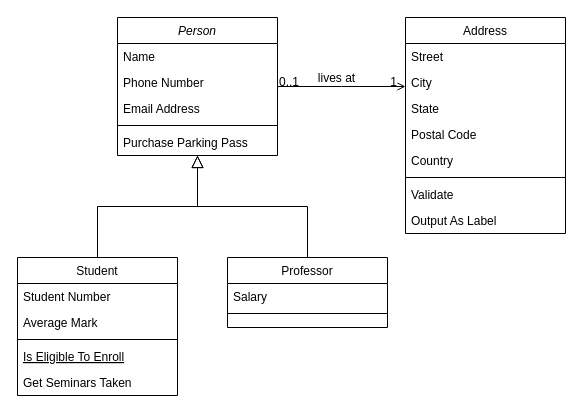
Above: Untitled Diagram.drawio in manuelRestrep0/reto_4 (draw.io), before the change. Source tidied: cells renumbered, new cells numbered last; positions are measured from the earlier drawing's top-left corner, leaving out a move shared by most shapes. Both pictures are drawn from the tidied source at 100%, with x=0, y=0 at pixel (17, 17).
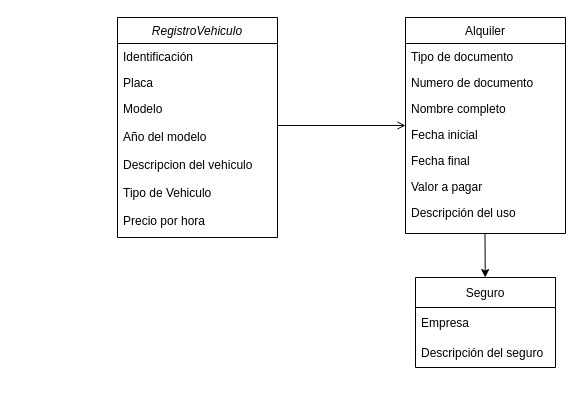
Above is the later version.

Unchanged cells that the change refers to:
```xml
<mxCell id="28" style="endArrow=open;shadow=0;strokeWidth=1;rounded=0;endFill=1;edgeStyle=elbowEdgeStyle;elbow=vertical;" parent="1" edge="1" source="2" target="19">
  <mxGeometry x="0.5" y="41" relative="1" as="geometry">
    <mxPoint x="-40" y="32" as="offset" />
  </mxGeometry>
</mxCell>
```

The edit, as a diff of the source:
```diff
@@
-    <mxCell id="2" value="Person" style="swimlane;fontStyle=2;align=center;verticalAlign=top;horizontal=1;startSize=26;rounded=0;shadow=0;strokeWidth=1;" parent="1" vertex="1">
-      <mxGeometry x="100" width="160" height="138" as="geometry" />
+    <mxCell id="2" value="RegistroVehiculo" style="swimlane;fontStyle=2;align=center;verticalAlign=top;horizontal=1;startSize=26;rounded=0;shadow=0;strokeWidth=1;" parent="1" vertex="1">
+      <mxGeometry x="100" width="160" height="220" as="geometry" />
     </mxCell>
-    <mxCell id="3" value="Name" style="text;align=left;verticalAlign=top;spacingLeft=4;spacingRight=4;overflow=hidden;" parent="2" vertex="1">
+    <mxCell id="3" value="Identificación" style="text;align=left;verticalAlign=top;spacingLeft=4;spacingRight=4;overflow=hidden;" parent="2" vertex="1">
       <mxGeometry y="26" width="160" height="26" as="geometry" />
     </mxCell>
-    <mxCell id="4" value="Phone Number" style="text;align=left;verticalAlign=top;spacingLeft=4;spacingRight=4;overflow=hidden;rounded=0;shadow=0;html=0;" parent="2" vertex="1">
+    <mxCell id="4" value="Placa" style="text;align=left;verticalAlign=top;spacingLeft=4;spacingRight=4;overflow=hidden;rounded=0;shadow=0;html=0;" parent="2" vertex="1">
       <mxGeometry y="52" width="160" height="26" as="geometry" />
     </mxCell>
-    <mxCell id="5" value="Email Address" style="text;align=left;verticalAlign=top;spacingLeft=4;spacingRight=4;overflow=hidden;rounded=0;shadow=0;html=0;" parent="2" vertex="1">
-      <mxGeometry y="78" width="160" height="26" as="geometry" />
+    <mxCell id="5" value="Modelo&#10;&#10;Año del modelo&#10;&#10;Descripcion del vehiculo&#10;&#10;Tipo de Vehiculo&#10;&#10;Precio por hora" style="text;align=left;verticalAlign=top;spacingLeft=4;spacingRight=4;overflow=hidden;rounded=0;shadow=0;html=0;" parent="2" vertex="1">
+      <mxGeometry y="78" width="160" height="142" as="geometry" />
     </mxCell>
-    <mxCell id="6" style="line;html=1;strokeWidth=1;align=left;verticalAlign=middle;spacingTop=-1;spacingLeft=3;spacingRight=3;labelPosition=right;" parent="2" vertex="1">
-      <mxGeometry y="104" width="160" height="8" as="geometry" />
-    </mxCell>
-    <mxCell id="7" value="Purchase Parking Pass" style="text;align=left;verticalAlign=top;spacingLeft=4;spacingRight=4;overflow=hidden;" parent="2" vertex="1">
-      <mxGeometry y="112" width="160" height="26" as="geometry" />
-    </mxCell>
-    <mxCell id="8" value="Student" style="swimlane;fontStyle=0;align=center;verticalAlign=top;horizontal=1;startSize=26;rounded=0;shadow=0;strokeWidth=1;" parent="1" vertex="1">
-      <mxGeometry y="240" width="160" height="138" as="geometry" />
-    </mxCell>
-    <mxCell id="9" value="Student Number" style="text;align=left;verticalAlign=top;spacingLeft=4;spacingRight=4;overflow=hidden;" parent="8" vertex="1">
-      <mxGeometry y="26" width="160" height="26" as="geometry" />
-    </mxCell>
-    <mxCell id="10" value="Average Mark" style="text;align=left;verticalAlign=top;spacingLeft=4;spacingRight=4;overflow=hidden;rounded=0;shadow=0;html=0;" parent="8" vertex="1">
-      <mxGeometry y="52" width="160" height="26" as="geometry" />
-    </mxCell>
-    <mxCell id="11" style="line;html=1;strokeWidth=1;align=left;verticalAlign=middle;spacingTop=-1;spacingLeft=3;spacingRight=3;labelPosition=right;" parent="8" vertex="1">
-      <mxGeometry y="78" width="160" height="8" as="geometry" />
-    </mxCell>
-    <mxCell id="12" value="Is Eligible To Enroll" style="text;align=left;verticalAlign=top;spacingLeft=4;spacingRight=4;overflow=hidden;fontStyle=4;" parent="8" vertex="1">
-      <mxGeometry y="86" width="160" height="26" as="geometry" />
-    </mxCell>
-    <mxCell id="13" value="Get Seminars Taken" style="text;align=left;verticalAlign=top;spacingLeft=4;spacingRight=4;overflow=hidden;" parent="8" vertex="1">
-      <mxGeometry y="112" width="160" height="26" as="geometry" />
-    </mxCell>
-    <mxCell id="14" style="endArrow=block;endSize=10;endFill=0;shadow=0;strokeWidth=1;rounded=0;edgeStyle=elbowEdgeStyle;elbow=vertical;" parent="1" edge="1" source="8" target="2">
-      <mxGeometry relative="1" as="geometry" />
-    </mxCell>
-    <mxCell id="15" value="Professor" style="swimlane;fontStyle=0;align=center;verticalAlign=top;horizontal=1;startSize=26;rounded=0;shadow=0;strokeWidth=1;" parent="1" vertex="1">
-      <mxGeometry x="210" y="240" width="160" height="70" as="geometry" />
-    </mxCell>
-    <mxCell id="16" value="Salary" style="text;align=left;verticalAlign=top;spacingLeft=4;spacingRight=4;overflow=hidden;" parent="15" vertex="1">
-      <mxGeometry y="26" width="160" height="26" as="geometry" />
-    </mxCell>
-    <mxCell id="17" style="line;html=1;strokeWidth=1;align=left;verticalAlign=middle;spacingTop=-1;spacingLeft=3;spacingRight=3;labelPosition=right;" parent="15" vertex="1">
-      <mxGeometry y="52" width="160" height="8" as="geometry" />
-    </mxCell>
-    <mxCell id="18" style="endArrow=block;endSize=10;endFill=0;shadow=0;strokeWidth=1;rounded=0;edgeStyle=elbowEdgeStyle;elbow=vertical;" parent="1" edge="1" source="15" target="2">
-      <mxGeometry relative="1" as="geometry" />
-    </mxCell>
-    <mxCell id="19" value="Address" style="swimlane;fontStyle=0;align=center;verticalAlign=top;horizontal=1;startSize=26;rounded=0;shadow=0;strokeWidth=1;" parent="1" vertex="1">
+    <mxCell id="19" value="Alquiler" style="swimlane;fontStyle=0;align=center;verticalAlign=top;horizontal=1;startSize=26;rounded=0;shadow=0;strokeWidth=1;" parent="1" vertex="1">
       <mxGeometry x="388" width="160" height="216" as="geometry" />
     </mxCell>
-    <mxCell id="20" value="Street" style="text;align=left;verticalAlign=top;spacingLeft=4;spacingRight=4;overflow=hidden;" parent="19" vertex="1">
+    <mxCell id="20" value="Tipo de documento" style="text;align=left;verticalAlign=top;spacingLeft=4;spacingRight=4;overflow=hidden;" parent="19" vertex="1">
       <mxGeometry y="26" width="160" height="26" as="geometry" />
     </mxCell>
-    <mxCell id="21" value="City" style="text;align=left;verticalAlign=top;spacingLeft=4;spacingRight=4;overflow=hidden;rounded=0;shadow=0;html=0;" parent="19" vertex="1">
+    <mxCell id="21" value="Numero de documento" style="text;align=left;verticalAlign=top;spacingLeft=4;spacingRight=4;overflow=hidden;rounded=0;shadow=0;html=0;" parent="19" vertex="1">
       <mxGeometry y="52" width="160" height="26" as="geometry" />
     </mxCell>
-    <mxCell id="22" value="State" style="text;align=left;verticalAlign=top;spacingLeft=4;spacingRight=4;overflow=hidden;rounded=0;shadow=0;html=0;" parent="19" vertex="1">
+    <mxCell id="22" value="Nombre completo" style="text;align=left;verticalAlign=top;spacingLeft=4;spacingRight=4;overflow=hidden;rounded=0;shadow=0;html=0;" parent="19" vertex="1">
       <mxGeometry y="78" width="160" height="26" as="geometry" />
     </mxCell>
-    <mxCell id="23" value="Postal Code" style="text;align=left;verticalAlign=top;spacingLeft=4;spacingRight=4;overflow=hidden;rounded=0;shadow=0;html=0;" parent="19" vertex="1">
+    <mxCell id="23" value="Fecha inicial" style="text;align=left;verticalAlign=top;spacingLeft=4;spacingRight=4;overflow=hidden;rounded=0;shadow=0;html=0;" parent="19" vertex="1">
       <mxGeometry y="104" width="160" height="26" as="geometry" />
     </mxCell>
-    <mxCell id="24" value="Country" style="text;align=left;verticalAlign=top;spacingLeft=4;spacingRight=4;overflow=hidden;rounded=0;shadow=0;html=0;" parent="19" vertex="1">
+    <mxCell id="24" value="Fecha final" style="text;align=left;verticalAlign=top;spacingLeft=4;spacingRight=4;overflow=hidden;rounded=0;shadow=0;html=0;" parent="19" vertex="1">
       <mxGeometry y="130" width="160" height="26" as="geometry" />
     </mxCell>
-    <mxCell id="25" style="line;html=1;strokeWidth=1;align=left;verticalAlign=middle;spacingTop=-1;spacingLeft=3;spacingRight=3;labelPosition=right;" parent="19" vertex="1">
-      <mxGeometry y="156" width="160" height="8" as="geometry" />
-    </mxCell>
-    <mxCell id="26" value="Validate" style="text;align=left;verticalAlign=top;spacingLeft=4;spacingRight=4;overflow=hidden;" parent="19" vertex="1">
-      <mxGeometry y="164" width="160" height="26" as="geometry" />
+    <mxCell id="26" value="Valor a pagar" style="text;align=left;verticalAlign=top;spacingLeft=4;spacingRight=4;overflow=hidden;" parent="19" vertex="1">
+      <mxGeometry y="156" width="160" height="26" as="geometry" />
     </mxCell>
-    <mxCell id="27" value="Output As Label" style="text;align=left;verticalAlign=top;spacingLeft=4;spacingRight=4;overflow=hidden;" parent="19" vertex="1">
-      <mxGeometry y="190" width="160" height="26" as="geometry" />
+    <mxCell id="27" value="Descripción del uso" style="text;align=left;verticalAlign=top;spacingLeft=4;spacingRight=4;overflow=hidden;" parent="19" vertex="1">
+      <mxGeometry y="182" width="160" height="26" as="geometry" />
     </mxCell>
@@
-    <mxCell id="29" value="0..1" style="align=left;verticalAlign=bottom;labelBackgroundColor=none;fontSize=12;" parent="28" vertex="1">
-      <mxGeometry x="-1" relative="1" as="geometry">
-        <mxPoint y="4" as="offset" />
-      </mxGeometry>
-    </mxCell>
-    <mxCell id="30" value="1" style="align=right;verticalAlign=bottom;labelBackgroundColor=none;fontSize=12;" parent="28" vertex="1">
-      <mxGeometry x="1" relative="1" as="geometry">
-        <mxPoint x="-7" y="4" as="offset" />
-      </mxGeometry>
-    </mxCell>
-    <mxCell id="31" value="lives at" style="text;html=1;align=center;verticalAlign=middle;labelBackgroundColor=none;rounded=0;shadow=0;strokeWidth=1;fontSize=12;" parent="28" vertex="1">
-      <mxGeometry x="0.5" y="49" relative="1" as="geometry">
-        <mxPoint x="-38" y="40" as="offset" />
-      </mxGeometry>
-    </mxCell>
+    <mxCell id="32" style="endArrow=classic;html=1;rounded=0;" parent="1" edge="1" target="33">
+      <mxGeometry relative="1" as="geometry">
+        <mxPoint x="467.5" y="216" as="sourcePoint" />
+      </mxGeometry>
+    </mxCell>
+    <mxCell id="33" value="Seguro" style="swimlane;fontStyle=0;horizontal=1;startSize=30;" parent="1" vertex="1">
+      <mxGeometry x="398" y="260" width="140" height="90" as="geometry" />
+    </mxCell>
+    <mxCell id="34" value="Empresa" style="text;strokeColor=none;fillColor=none;align=left;verticalAlign=middle;spacingLeft=4;spacingRight=4;overflow=hidden;" parent="33" vertex="1">
+      <mxGeometry y="30" width="140" height="30" as="geometry" />
+    </mxCell>
+    <mxCell id="35" value="Descripción del seguro" style="text;strokeColor=none;fillColor=none;align=left;verticalAlign=middle;spacingLeft=4;spacingRight=4;overflow=hidden;" parent="33" vertex="1">
+      <mxGeometry y="60" width="140" height="30" as="geometry" />
+    </mxCell>
```
